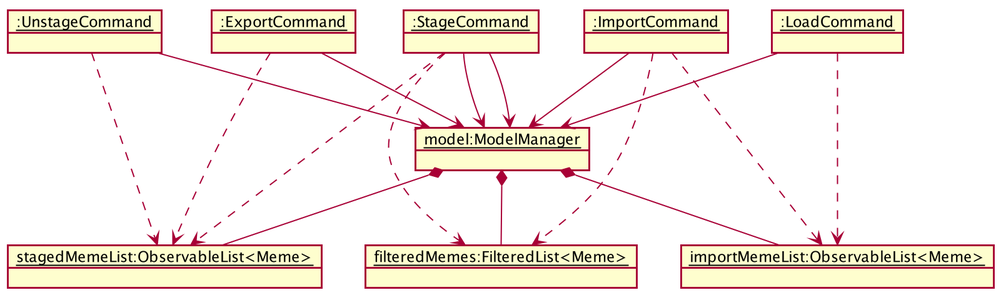
Before: docs/images/ImportExportObjectDiagram.png, a diagram exported from PlantUML (nus-cs2103-AY1920S1/addressbook-level3). Source of this version:
```plantuml
@startuml








skinparam BackgroundColor #FFFFFFF

skinparam Shadowing false

skinparam Class {
    FontColor #FFFFFF
    BorderThickness 1
    BorderColor #FFFFFF
    StereotypeFontColor #FFFFFF
    FontName Arial
}

skinparam Actor {
    BorderColor #000000
    Color #000000
    FontName Arial
}

skinparam Sequence {
    MessageAlign center
    BoxFontSize 15
    BoxPadding 0
    BoxFontColor #FFFFFF
    FontName Arial
}

skinparam Participant {
    FontColor #FFFFFFF
    Padding 20
}

skinparam MinClassWidth 50
skinparam ParticipantPadding 10
skinparam Shadowing false
skinparam DefaultTextAlignment center
skinparam packageStyle Rectangle

hide footbox
hide members
hide circle

object "__model:ModelManager__" as model
object "__stagedMemeList:ObservableList<Meme>__" as stagedList
object "__importMemeList:ObservableList<Meme>__" as importList
object "__filteredMemes:FilteredList<Meme>__" as filteredList

object "__:LoadCommand__" as LoadCommand
object "__:ImportCommand__" as ImportCommand
object "__:StageCommand__" as StageCommand
object "__:UnstageCommand__" as UnstageCommand
object "__:ExportCommand__" as ExportCommand


LoadCommand --> model
StageCommand --> model
StageCommand --> model
UnstageCommand --> model
ExportCommand --> model
ImportCommand --> model

LoadCommand ..> importList
StageCommand ..> stagedList
StageCommand ..> filteredList
UnstageCommand ..> stagedList
ExportCommand ..> stagedList
ImportCommand ..> importList
ImportCommand ..> filteredList

model *-- stagedList
model *-- importList
model *-- filteredList

@enduml
```
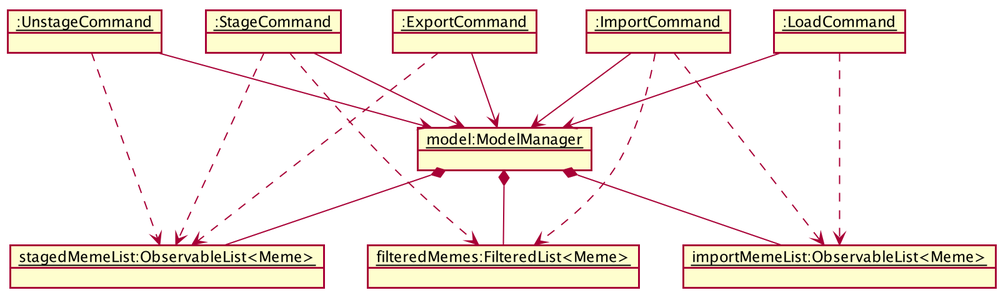
The same file after the commit.

The edit, as a diff of the source:
```diff
@@ -62,7 +62,6 @@
 
 LoadCommand --> model
 StageCommand --> model
-StageCommand --> model
 UnstageCommand --> model
 ExportCommand --> model
 ImportCommand --> model
```
